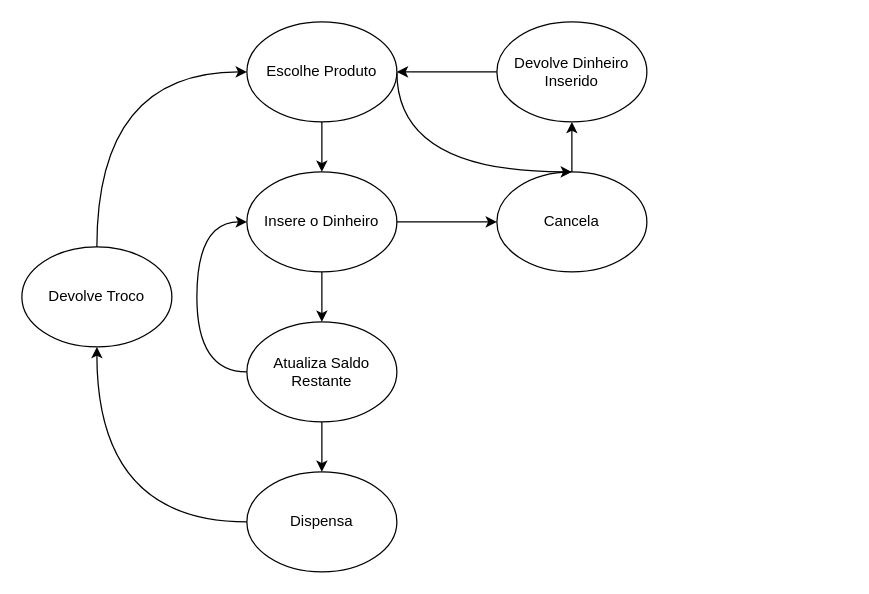
Above: P1/diagramaEstados.drawio in caio-unicamp/MC613_Best_Group (draw.io), before the change. Source tidied: cells renumbered, new cells numbered last; positions are measured from the earlier drawing's top-left corner, leaving out a move shared by most shapes. Both pictures are drawn from the tidied source at 125%, with x=0, y=0 at pixel (21, 21).
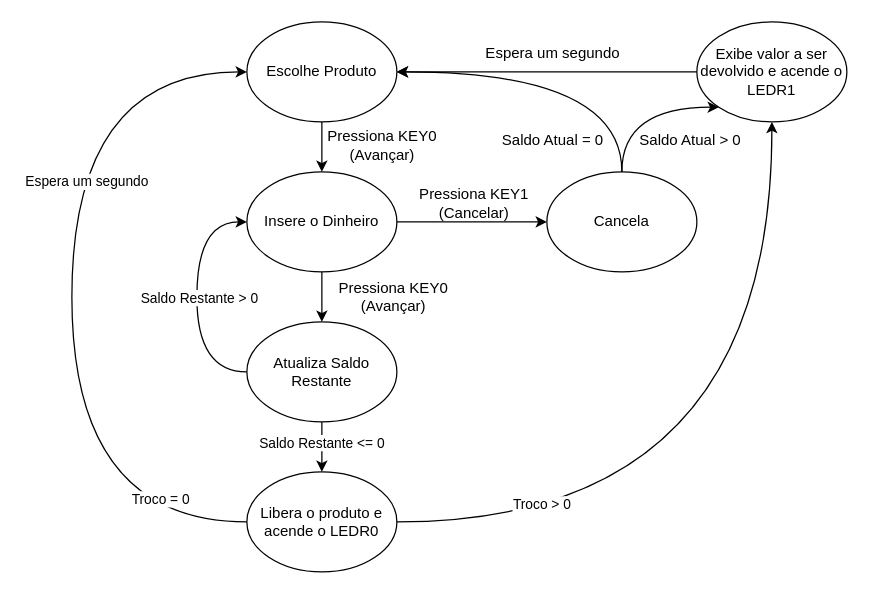
The same page after the edit.

The change refers to these unchanged cells:
```xml
<mxCell id="6" value="Escolhe Produto" style="ellipse;whiteSpace=wrap;html=1;" parent="1" vertex="1">
  <mxGeometry x="180" width="120" height="80" as="geometry" />
</mxCell>
<mxCell id="9" value="&lt;div&gt;Insere o Dinheiro&lt;/div&gt;" style="ellipse;whiteSpace=wrap;html=1;" parent="1" vertex="1">
  <mxGeometry x="180" y="120" width="120" height="80" as="geometry" />
</mxCell>
<mxCell id="14" style="edgeStyle=orthogonalEdgeStyle;rounded=0;jettySize=auto;html=1;exitX=0;exitY=0.5;exitDx=0;exitDy=0;entryX=0;entryY=0.5;entryDx=0;entryDy=0;curved=1;" parent="1" edge="1" source="16" target="9">
  <mxGeometry relative="1" as="geometry">
    <Array as="points">
      <mxPoint x="140" y="280" />
      <mxPoint x="140" y="160" />
    </Array>
  </mxGeometry>
</mxCell>
<mxCell id="15" style="edgeStyle=orthogonalEdgeStyle;rounded=0;jettySize=auto;html=1;exitX=0.5;exitY=1;exitDx=0;exitDy=0;" parent="1" edge="1" source="16" target="11">
  <mxGeometry relative="1" as="geometry" />
</mxCell>
<mxCell id="16" value="Atualiza Saldo Restante" style="ellipse;whiteSpace=wrap;html=1;" parent="1" vertex="1">
  <mxGeometry x="180" y="240" width="120" height="80" as="geometry" />
</mxCell>
```

The edit, as a diff of the source:
```diff
@@
-    <mxCell id="2" style="edgeStyle=orthogonalEdgeStyle;rounded=0;jettySize=auto;html=1;exitX=0.5;exitY=0;exitDx=0;exitDy=0;entryX=0.5;entryY=1;entryDx=0;entryDy=0;" parent="1" edge="1" source="3" target="13">
-      <mxGeometry relative="1" as="geometry" />
-    </mxCell>
-    <mxCell id="3" value="Cancela" style="ellipse;whiteSpace=wrap;html=1;" parent="1" vertex="1">
-      <mxGeometry x="380" y="120" width="120" height="80" as="geometry" />
-    </mxCell>
@@
-    <mxCell id="5" style="edgeStyle=orthogonalEdgeStyle;rounded=0;jettySize=auto;html=1;exitX=1;exitY=0.5;exitDx=0;exitDy=0;entryX=0.5;entryY=0;entryDx=0;entryDy=0;curved=1;" parent="1" edge="1" source="6" target="3">
-      <mxGeometry relative="1" as="geometry">
-        <Array as="points">
-          <mxPoint x="300" y="120" />
-        </Array>
-      </mxGeometry>
-    </mxCell>
@@
+    <mxCell id="8" style="edgeStyle=orthogonalEdgeStyle;rounded=0;jettySize=auto;html=1;exitX=0.5;exitY=1;exitDx=0;exitDy=0;entryX=0.5;entryY=0;entryDx=0;entryDy=0;" parent="1" edge="1" source="9" target="16">
+      <mxGeometry relative="1" as="geometry" />
+    </mxCell>
@@
-    <mxCell id="8" style="edgeStyle=orthogonalEdgeStyle;rounded=0;jettySize=auto;html=1;exitX=0.5;exitY=1;exitDx=0;exitDy=0;entryX=0.5;entryY=0;entryDx=0;entryDy=0;" parent="1" edge="1" source="9" target="16">
-      <mxGeometry relative="1" as="geometry" />
-    </mxCell>
@@
-    <mxCell id="10" style="edgeStyle=orthogonalEdgeStyle;rounded=0;jettySize=auto;html=1;exitX=0;exitY=0.5;exitDx=0;exitDy=0;entryX=0.5;entryY=1;entryDx=0;entryDy=0;curved=1;" parent="1" edge="1" source="11" target="18">
-      <mxGeometry relative="1" as="geometry" />
-    </mxCell>
+    <mxCell id="19" style="edgeStyle=orthogonalEdgeStyle;rounded=0;jettySize=auto;html=1;exitX=1;exitY=0.5;exitDx=0;exitDy=0;entryX=0.5;entryY=1;entryDx=0;entryDy=0;curved=1;" parent="1" edge="1" source="11" target="13">
+      <mxGeometry relative="1" as="geometry" />
+    </mxCell>
+    <mxCell id="20" value="Troco &amp;gt; 0" style="edgeLabel;html=1;align=center;verticalAlign=middle;" parent="19" vertex="1">
+      <mxGeometry x="-0.67" y="21" relative="1" as="geometry">
+        <mxPoint x="13" y="6" as="offset" />
+      </mxGeometry>
+    </mxCell>
+    <mxCell id="21" style="edgeStyle=orthogonalEdgeStyle;rounded=0;jettySize=auto;html=1;exitX=0;exitY=0.5;exitDx=0;exitDy=0;entryX=0;entryY=0.5;entryDx=0;entryDy=0;curved=1;" parent="1" edge="1" source="11" target="6">
+      <mxGeometry relative="1" as="geometry">
+        <Array as="points">
+          <mxPoint x="40" y="400" />
+          <mxPoint x="40" y="40" />
+        </Array>
+      </mxGeometry>
+    </mxCell>
+    <mxCell id="22" value="Troco = 0" style="edgeLabel;html=1;align=center;verticalAlign=middle;" parent="21" vertex="1">
+      <mxGeometry x="-0.78" y="-19" relative="1" as="geometry" />
+    </mxCell>
+    <mxCell id="23" value="Espera um segundo" style="edgeLabel;html=1;align=center;verticalAlign=middle;" parent="21" vertex="1">
+      <mxGeometry x="0.29" y="-11" relative="1" as="geometry" />
+    </mxCell>
-    <mxCell id="11" value="&lt;div&gt;Dispensa&lt;/div&gt;" style="ellipse;whiteSpace=wrap;html=1;" parent="1" vertex="1">
+    <mxCell id="11" value="Libera o produto e acende o LEDR0" style="ellipse;whiteSpace=wrap;html=1;" parent="1" vertex="1">
       <mxGeometry x="180" y="360" width="120" height="80" as="geometry" />
     </mxCell>
@@
-    <mxCell id="13" value="Devolve Dinheiro Inserido" style="ellipse;whiteSpace=wrap;html=1;" parent="1" vertex="1">
-      <mxGeometry x="380" width="120" height="80" as="geometry" />
+    <mxCell id="13" value="Exibe valor a ser devolvido e acende o LEDR1" style="ellipse;whiteSpace=wrap;html=1;" parent="1" vertex="1">
+      <mxGeometry x="540" width="120" height="80" as="geometry" />
     </mxCell>
@@
+    <mxCell id="24" value="Saldo Restante &amp;gt; 0" style="edgeLabel;html=1;align=center;verticalAlign=middle;" parent="14" vertex="1">
+      <mxGeometry y="-1" relative="1" as="geometry" />
+    </mxCell>
@@
+    <mxCell id="25" value="Saldo Restante &amp;lt;= 0" style="edgeLabel;html=1;align=center;verticalAlign=middle;" parent="15" vertex="1">
+      <mxGeometry x="-0.22" y="-1" relative="1" as="geometry" />
+    </mxCell>
@@
-    <mxCell id="17" style="edgeStyle=orthogonalEdgeStyle;rounded=0;jettySize=auto;html=1;exitX=0.5;exitY=0;exitDx=0;exitDy=0;entryX=0;entryY=0.5;entryDx=0;entryDy=0;curved=1;" parent="1" edge="1" source="18" target="6">
-      <mxGeometry relative="1" as="geometry" />
-    </mxCell>
-    <mxCell id="18" value="Devolve Troco" style="ellipse;whiteSpace=wrap;html=1;" parent="1" vertex="1">
-      <mxGeometry y="180" width="120" height="80" as="geometry" />
-    </mxCell>
+    <mxCell id="26" value="Pressiona KEY0 (Avançar)" style="text;html=1;whiteSpace=wrap;strokeColor=none;fillColor=none;align=center;verticalAlign=middle;rounded=0;" parent="1" vertex="1">
+      <mxGeometry x="236" y="84" width="105" height="30" as="geometry" />
+    </mxCell>
+    <mxCell id="27" value="&lt;div&gt;Pressiona KEY1&lt;/div&gt;&lt;div&gt;(Cancelar)&lt;/div&gt;" style="text;html=1;whiteSpace=wrap;strokeColor=none;fillColor=none;align=center;verticalAlign=middle;rounded=0;" parent="1" vertex="1">
+      <mxGeometry x="292" y="130" width="140" height="30" as="geometry" />
+    </mxCell>
+    <mxCell id="28" value="Pressiona KEY0 (Avançar)" style="text;html=1;whiteSpace=wrap;strokeColor=none;fillColor=none;align=center;verticalAlign=middle;rounded=0;" parent="1" vertex="1">
+      <mxGeometry x="245" y="205" width="105" height="30" as="geometry" />
+    </mxCell>
+    <mxCell id="29" value="Espera um segundo" style="text;html=1;whiteSpace=wrap;strokeColor=none;fillColor=none;align=center;verticalAlign=middle;rounded=0;" parent="1" vertex="1">
+      <mxGeometry x="370" y="10" width="110" height="30" as="geometry" />
+    </mxCell>
+    <mxCell id="30" style="edgeStyle=orthogonalEdgeStyle;rounded=0;jettySize=auto;html=1;exitX=0.5;exitY=0;exitDx=0;exitDy=0;entryX=1;entryY=0.5;entryDx=0;entryDy=0;curved=1;" parent="1" edge="1" source="3" target="6">
+      <mxGeometry relative="1" as="geometry">
+        <Array as="points">
+          <mxPoint x="480" y="40" />
+        </Array>
+      </mxGeometry>
+    </mxCell>
+    <mxCell id="2" style="edgeStyle=orthogonalEdgeStyle;rounded=0;jettySize=auto;html=1;exitX=0.5;exitY=0;exitDx=0;exitDy=0;entryX=0;entryY=1;entryDx=0;entryDy=0;curved=1;" parent="1" edge="1" source="3" target="13">
+      <mxGeometry relative="1" as="geometry">
+        <Array as="points">
+          <mxPoint x="480" y="68" />
+        </Array>
+      </mxGeometry>
+    </mxCell>
+    <mxCell id="3" value="Cancela" style="ellipse;whiteSpace=wrap;html=1;" parent="1" vertex="1">
+      <mxGeometry x="420" y="120" width="120" height="80" as="geometry" />
+    </mxCell>
+    <mxCell id="31" value="Saldo Atual &amp;gt; 0" style="text;html=1;whiteSpace=wrap;strokeColor=none;fillColor=none;align=center;verticalAlign=middle;rounded=0;" parent="1" vertex="1">
+      <mxGeometry x="490" y="80" width="90" height="30" as="geometry" />
+    </mxCell>
+    <mxCell id="32" value="Saldo Atual = 0" style="text;html=1;whiteSpace=wrap;strokeColor=none;fillColor=none;align=center;verticalAlign=middle;rounded=0;" parent="1" vertex="1">
+      <mxGeometry x="380" y="80" width="90" height="30" as="geometry" />
+    </mxCell>
```
